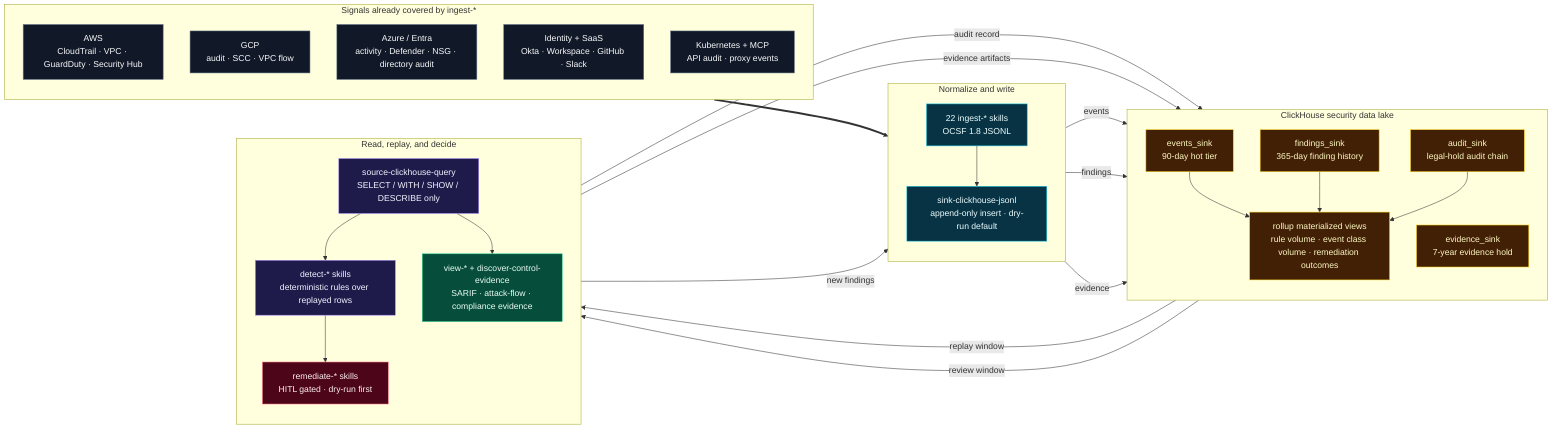
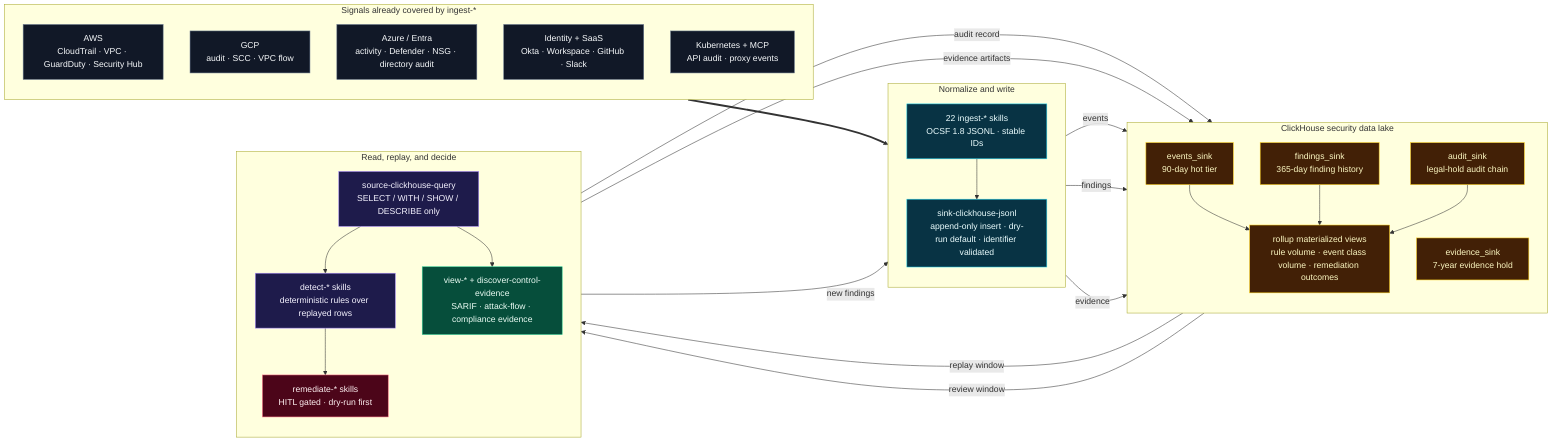
%% ClickHouse security data lake — closed-loop lanes.
%% Hero-narrative companion to docs/CLICKHOUSE_DATA_LAKE.md.
%% Render with `mmdc -i clickhouse-data-lake.mmd -o clickhouse-data-lake.svg`.

flowchart LR
    classDef signal    fill:#111827,stroke:#64748b,color:#f8fafc
    classDef transform fill:#083344,stroke:#22d3ee,color:#ecfeff
    classDef lake      fill:#422006,stroke:#facc15,color:#fef9c3
    classDef query     fill:#1e1b4b,stroke:#a78bfa,color:#f5f3ff
    classDef output    fill:#064e3b,stroke:#34d399,color:#ecfdf5
    classDef audit     fill:#4c0519,stroke:#fb7185,color:#fff1f2

    subgraph SIG["Signals already covered by ingest-*"]
      direction TB
      AWS["AWS<br/>CloudTrail · VPC · GuardDuty · Security Hub"]:::signal
      GCP["GCP<br/>audit · SCC · VPC flow"]:::signal
      AZ["Azure / Entra<br/>activity · Defender · NSG · directory audit"]:::signal
      IDP["Identity + SaaS<br/>Okta · Workspace · GitHub · Slack"]:::signal
      KSP["Kubernetes + MCP<br/>API audit · proxy events"]:::signal
    end

    subgraph L1["Normalize and write"]
      direction TB
-       ING["22 ingest-* skills<br/>OCSF 1.8 JSONL"]:::transform
-       SINK["sink-clickhouse-jsonl<br/>append-only insert · dry-run default"]:::transform
+       ING["22 ingest-* skills<br/>OCSF 1.8 JSONL · stable IDs"]:::transform
+       SINK["sink-clickhouse-jsonl<br/>append-only insert · dry-run default · identifier validated"]:::transform
    end

    subgraph LAKE["ClickHouse security data lake"]
      direction TB
      HOT["events_sink<br/>90-day hot tier"]:::lake
      FIND["findings_sink<br/>365-day finding history"]:::lake
      EVID["evidence_sink<br/>7-year evidence hold"]:::lake
      AUD["audit_sink<br/>legal-hold audit chain"]:::lake
      MV["rollup materialized views<br/>rule volume · event class volume · remediation outcomes"]:::lake
    end

    subgraph REPLAY["Read, replay, and decide"]
      direction TB
      SRC["source-clickhouse-query<br/>SELECT / WITH / SHOW / DESCRIBE only"]:::query
      DET["detect-* skills<br/>deterministic rules over replayed rows"]:::query
      VIEW["view-* + discover-control-evidence<br/>SARIF · attack-flow · compliance evidence"]:::output
      REM["remediate-* skills<br/>HITL gated · dry-run first"]:::audit
    end

    SIG ==> ING
    ING --> SINK
    SINK -- "events" --> HOT
    SINK -- "findings" --> FIND
    SINK -- "evidence" --> EVID
    HOT --> MV
    FIND --> MV
    AUD --> MV
    HOT -- "replay window" --> SRC
    FIND -- "review window" --> SRC
    SRC --> DET
    SRC --> VIEW
    DET -- "new findings" --> SINK
    DET --> REM
    REM -- "audit record" --> AUD
    VIEW -- "evidence artifacts" --> EVID
